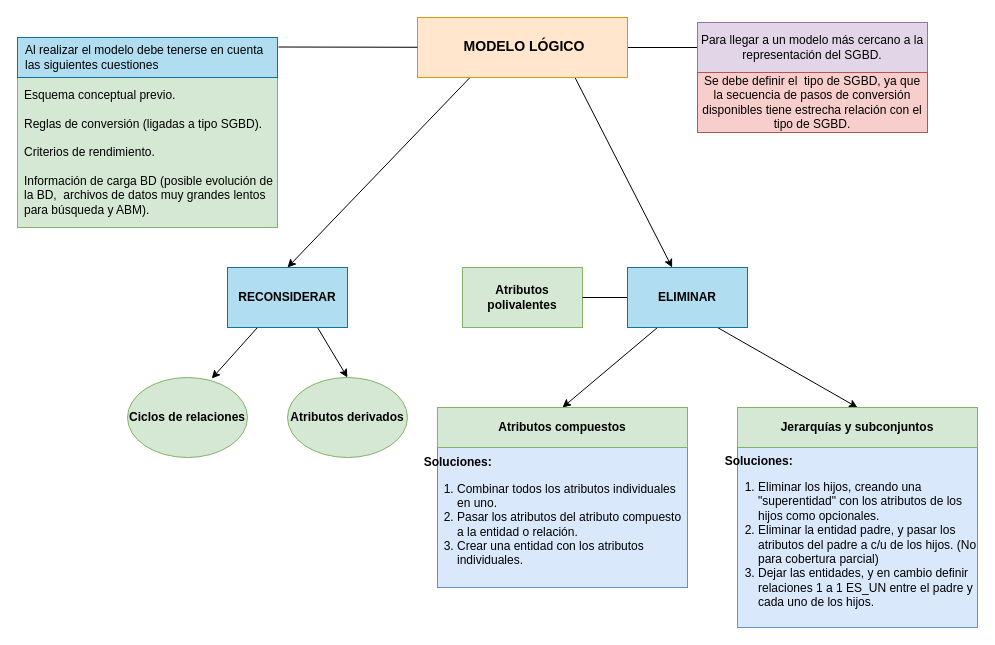
The draw.io diagram page "Modelo lógico" (4 of 8) of Diagrama-resumen.drawio in senras/DBD, before the edit. Source tidied: cells renumbered, new cells numbered last; positions are measured from the earlier drawing's top-left corner, leaving out a move shared by most shapes. Both pictures are drawn from the tidied source at 100%, with x=0, y=0 at pixel (17, 17).
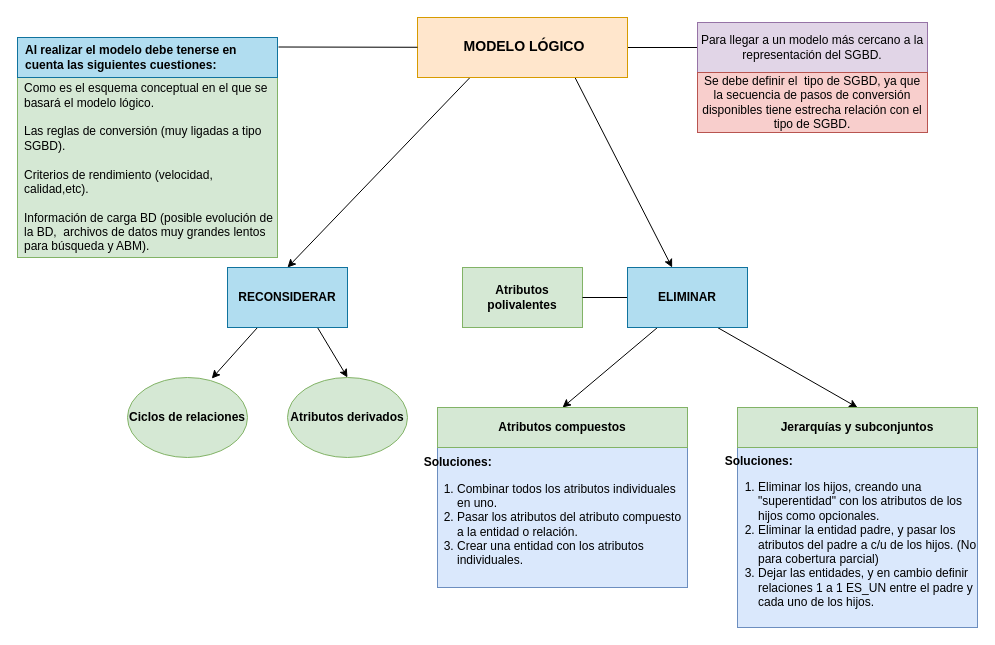
After the change.

What changed in the source:
```diff
@@
-    <mxCell id="9" value="Esquema conceptual previo.&lt;br&gt;&lt;br&gt;Reglas de conversión (ligadas a tipo SGBD).&lt;br&gt;&lt;br&gt;Criterios de rendimiento.&lt;br&gt;&lt;br&gt;Información de carga BD (posible evolución de la BD,&amp;nbsp; archivos de datos muy grandes lentos para búsqueda y ABM)." style="rounded=0;whiteSpace=wrap;html=1;fillColor=#d5e8d4;strokeColor=#82b366;align=left;spacingLeft=5;" parent="1" vertex="1">
-      <mxGeometry y="60" width="260" height="150" as="geometry" />
+    <mxCell id="9" value="Como es el esquema conceptual en el que se basará el modelo lógico.&lt;br&gt;&lt;br&gt;Las reglas de conversión (muy ligadas a tipo SGBD).&lt;br&gt;&lt;br&gt;Criterios de rendimiento (velocidad, calidad,etc).&lt;br&gt;&lt;br&gt;Información de carga BD (posible evolución de la BD,&amp;nbsp; archivos de datos muy grandes lentos para búsqueda y ABM)." style="rounded=0;whiteSpace=wrap;html=1;fillColor=#d5e8d4;strokeColor=#82b366;align=left;spacingLeft=5;" parent="1" vertex="1">
+      <mxGeometry y="60" width="260" height="180" as="geometry" />
     </mxCell>
@@
-    <mxCell id="24" value="Al realizar el modelo debe tenerse en cuenta las siguientes cuestiones" style="text;html=1;strokeColor=#10739e;fillColor=#b1ddf0;align=left;verticalAlign=middle;whiteSpace=wrap;rounded=0;fontStyle=0;strokeWidth=1;spacingLeft=6;perimeterSpacing=1;" parent="1" vertex="1">
+    <mxCell id="24" value="&lt;b&gt;Al realizar el modelo debe tenerse en cuenta las siguientes cuestiones:&lt;/b&gt;" style="text;html=1;strokeColor=#10739e;fillColor=#b1ddf0;align=left;verticalAlign=middle;whiteSpace=wrap;rounded=0;fontStyle=0;strokeWidth=1;spacingLeft=6;perimeterSpacing=1;" parent="1" vertex="1">
       <mxGeometry y="20" width="260" height="40" as="geometry" />
     </mxCell>
```
